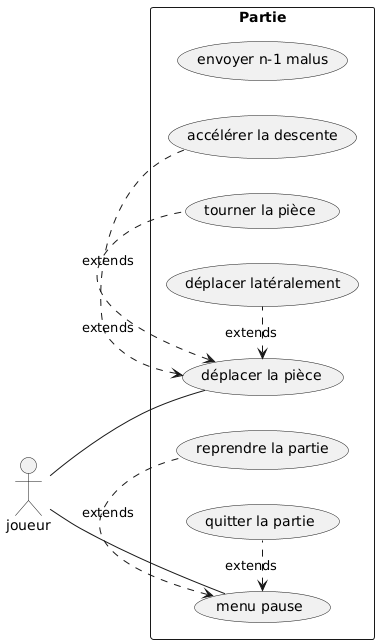
ulb-info2-group5/Royal-Blocks keeps this PlantUML diagram as SRD-DOC/uml/usescase/en-jeu/dual-normal.png. Above is the earlier version. Source of this version:
```plantuml
@startuml


left to right direction
actor "joueur" as player

rectangle "Partie" as game {

    usecase "déplacer la pièce" as move_piece
    usecase "tourner la pièce" as rotate_piece
    usecase "envoyer n-1 malus" as throw_penalty

    usecase "déplacer latéralement" as lateral_movement
    usecase "accélérer la descente" as increase_descent

    usecase "menu pause" as pause_menu
    usecase "reprendre la partie" as resume_game
    usecase "quitter la partie" as quit_game
}

player -- move_piece
player -- pause_menu

(move_piece) <. (lateral_movement): extends
(move_piece) <. (increase_descent): extends
(move_piece) <. (rotate_piece): extends

(pause_menu) <. (resume_game): extends
(pause_menu) <. (quit_game): extends

@enduml
```
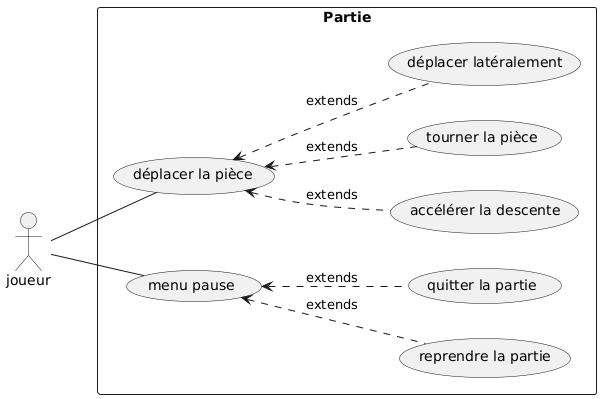
The same diagram one commit later.

Commit message:
fixing in game usecases

The edit, as a diff of the source:
```diff
@@ -8,7 +8,7 @@
 
     usecase "déplacer la pièce" as move_piece
     usecase "tourner la pièce" as rotate_piece
-    usecase "envoyer n-1 malus" as throw_penalty
+
 
     usecase "déplacer latéralement" as lateral_movement
     usecase "accélérer la descente" as increase_descent
@@ -21,11 +21,11 @@
 player -- move_piece
 player -- pause_menu
 
-(move_piece) <. (lateral_movement): extends
-(move_piece) <. (increase_descent): extends
-(move_piece) <. (rotate_piece): extends
+(move_piece) <-. (lateral_movement): extends
+(move_piece) <-. (increase_descent): extends
+(move_piece) <-. (rotate_piece): extends
 
-(pause_menu) <. (resume_game): extends
-(pause_menu) <. (quit_game): extends
+(pause_menu) <-. (resume_game): extends
+(pause_menu) <-. (quit_game): extends
 
 @enduml
```
